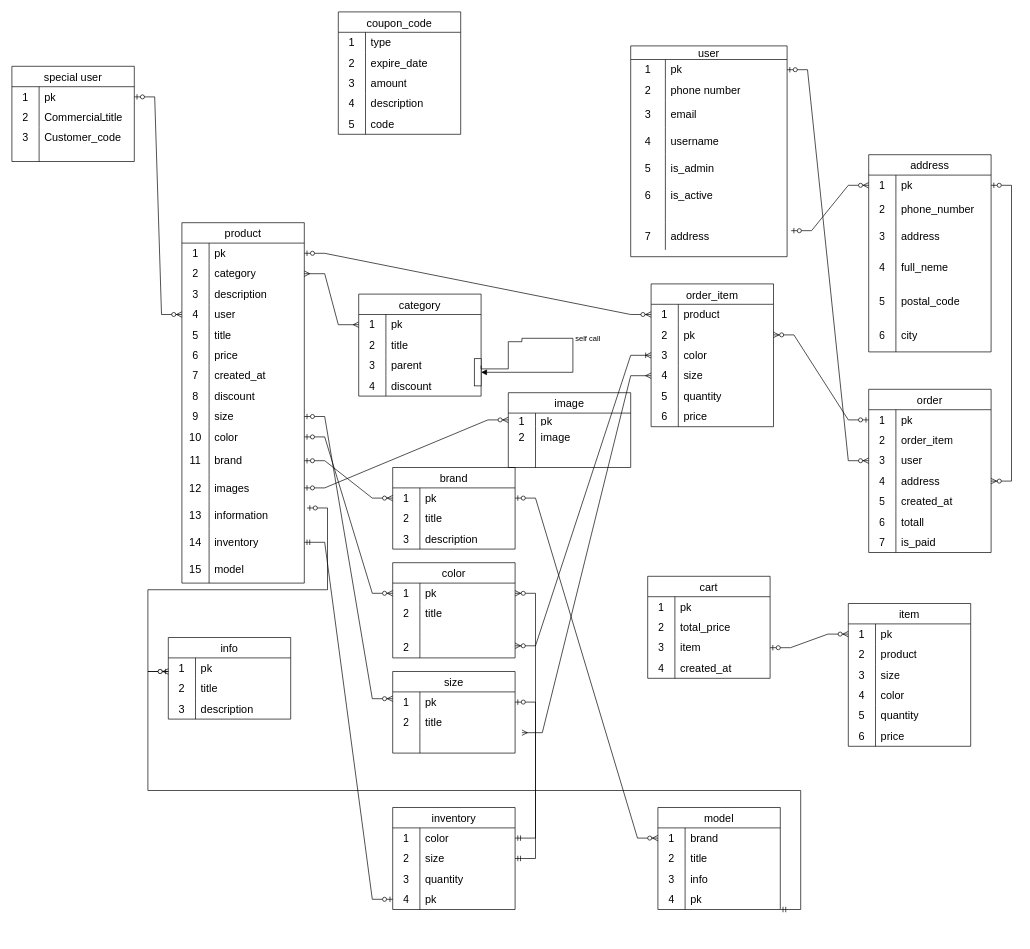
Earlier version of the draw.io diagram shop.drawio (amir1rj/blog). Source tidied: cells renumbered, new cells numbered last; positions are measured from the earlier drawing's top-left corner, leaving out a move shared by most shapes. Both pictures are drawn from the tidied source at 68%, with x=0, y=0 at pixel (12, 12).
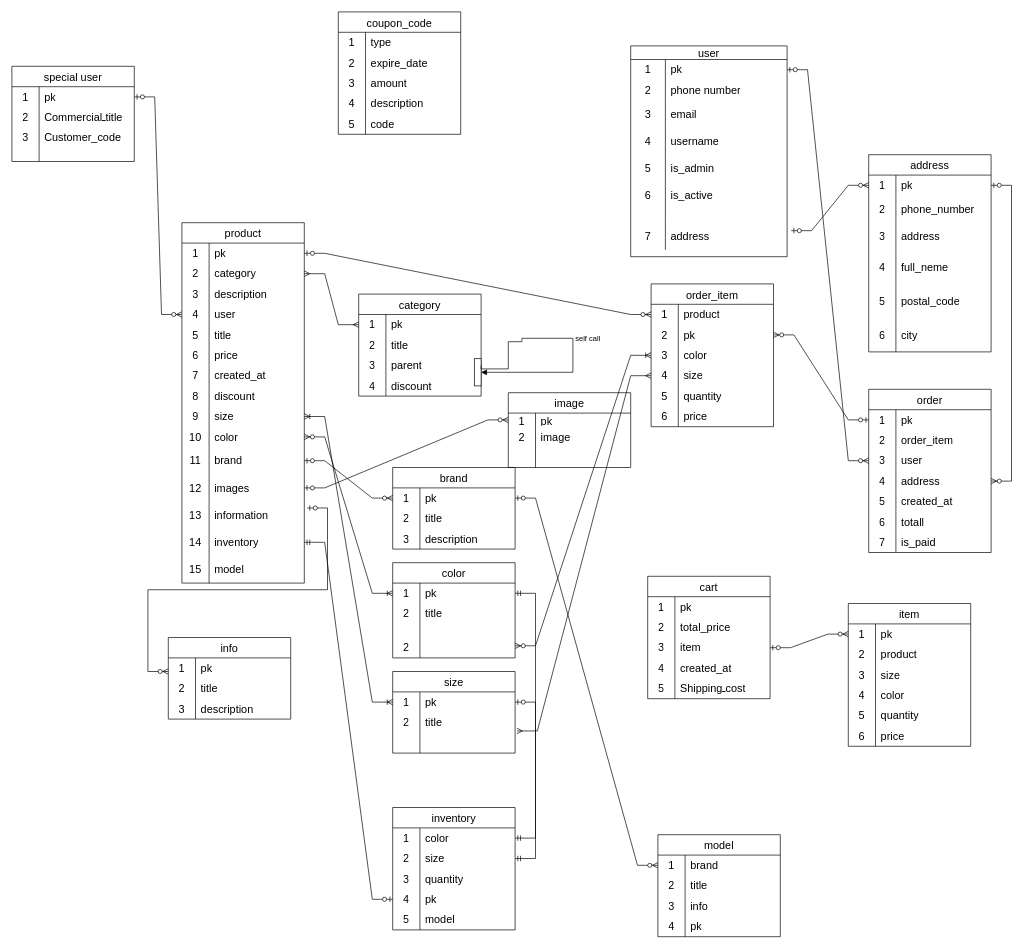
After the change.

Unchanged cells that the change refers to:
```xml
<mxCell id="65" style="shape=tableRow;horizontal=0;startSize=0;swimlaneHead=0;swimlaneBody=0;top=0;left=0;bottom=0;right=0;fillColor=none;points=[[0,0.5],[1,0.5]];portConstraint=eastwest;strokeColor=inherit;fontSize=16;" parent="40" vertex="1">
  <mxGeometry y="270" width="180" height="30" as="geometry" />
</mxCell>
<mxCell id="68" style="shape=tableRow;horizontal=0;startSize=0;swimlaneHead=0;swimlaneBody=0;top=0;left=0;bottom=0;right=0;fillColor=none;points=[[0,0.5],[1,0.5]];portConstraint=eastwest;strokeColor=inherit;fontSize=16;" parent="40" vertex="1">
  <mxGeometry y="300" width="180" height="30" as="geometry" />
</mxCell>
<mxCell id="135" style="shape=tableRow;horizontal=0;startSize=0;swimlaneHead=0;swimlaneBody=0;top=0;left=0;bottom=0;right=0;fillColor=none;points=[[0,0.5],[1,0.5]];portConstraint=eastwest;strokeColor=inherit;fontSize=16;" parent="134" vertex="1">
  <mxGeometry y="30" width="180" height="30" as="geometry" />
</mxCell>
<mxCell id="141" style="shape=tableRow;horizontal=0;startSize=0;swimlaneHead=0;swimlaneBody=0;top=0;left=0;bottom=0;right=0;fillColor=none;points=[[0,0.5],[1,0.5]];portConstraint=eastwest;strokeColor=inherit;fontSize=16;" parent="134" vertex="1">
  <mxGeometry y="90" width="180" height="30" as="geometry" />
</mxCell>
<mxCell id="146" style="shape=tableRow;horizontal=0;startSize=0;swimlaneHead=0;swimlaneBody=0;top=0;left=0;bottom=0;right=0;fillColor=none;points=[[0,0.5],[1,0.5]];portConstraint=eastwest;strokeColor=inherit;fontSize=16;" parent="145" vertex="1">
  <mxGeometry y="30" width="180" height="30" as="geometry" />
</mxCell>
<mxCell id="213" style="shape=tableRow;horizontal=0;startSize=0;swimlaneHead=0;swimlaneBody=0;top=0;left=0;bottom=0;right=0;fillColor=none;points=[[0,0.5],[1,0.5]];portConstraint=eastwest;strokeColor=inherit;fontSize=16;" parent="212" vertex="1">
  <mxGeometry y="30" width="180" height="30" as="geometry" />
</mxCell>
<mxCell id="216" style="shape=tableRow;horizontal=0;startSize=0;swimlaneHead=0;swimlaneBody=0;top=0;left=0;bottom=0;right=0;fillColor=none;points=[[0,0.5],[1,0.5]];portConstraint=eastwest;strokeColor=inherit;fontSize=16;" parent="212" vertex="1">
  <mxGeometry y="60" width="180" height="30" as="geometry" />
</mxCell>
<mxCell id="262" style="shape=tableRow;horizontal=0;startSize=0;swimlaneHead=0;swimlaneBody=0;top=0;left=0;bottom=0;right=0;fillColor=none;points=[[0,0.5],[1,0.5]];portConstraint=eastwest;strokeColor=inherit;fontSize=16;" parent="252" vertex="1">
  <mxGeometry y="120" width="180" height="30" as="geometry" />
</mxCell>
```

Change to the diagram source:
```diff
@@
-    <mxCell id="133" style="edgeStyle=entityRelationEdgeStyle;fontSize=12;html=1;endArrow=ERzeroToMany;startArrow=ERzeroToOne;rounded=0;exitX=1;exitY=0.5;exitDx=0;exitDy=0;entryX=0;entryY=0.5;entryDx=0;entryDy=0;" parent="1" edge="1" source="68" target="146">
-      <mxGeometry relative="1" as="geometry" />
-    </mxCell>
@@
-    <mxCell id="144" style="edgeStyle=entityRelationEdgeStyle;fontSize=12;html=1;endArrow=ERzeroToMany;startArrow=ERzeroToOne;rounded=0;exitX=1;exitY=0.5;exitDx=0;exitDy=0;" parent="1" edge="1" source="65">
-      <mxGeometry relative="1" as="geometry">
-        <mxPoint x="560" y="1010" as="targetPoint" />
-      </mxGeometry>
-    </mxCell>
@@
     <mxCell id="197" value="model" style="shape=table;startSize=30;childLayout=tableLayout;rowLines=0;fontStyle=0;strokeColor=default;fontSize=16;" parent="1" vertex="1">
-      <mxGeometry x="950" y="1170" width="180" height="150" as="geometry" />
+      <mxGeometry x="950" y="1210" width="180" height="150" as="geometry" />
     </mxCell>
@@
-    <mxCell id="211" style="edgeStyle=entityRelationEdgeStyle;fontSize=12;html=1;endArrow=ERzeroToOne;startArrow=ERmandOne;rounded=0;exitX=1;exitY=0.5;exitDx=0;exitDy=0;" parent="1" edge="1">
-      <mxGeometry relative="1" as="geometry">
-        <mxPoint x="1130" y="1320" as="sourcePoint" />
-        <mxPoint x="230" y="970" as="targetPoint" />
-      </mxGeometry>
-    </mxCell>
     <mxCell id="212" value="inventory" style="shape=table;startSize=30;childLayout=tableLayout;rowLines=0;fontStyle=0;strokeColor=default;fontSize=16;" parent="1" vertex="1">
-      <mxGeometry x="560" y="1170" width="180" height="150" as="geometry" />
+      <mxGeometry x="560" y="1170" width="180" height="180" as="geometry" />
     </mxCell>
@@
-    <mxCell id="225" style="edgeStyle=entityRelationEdgeStyle;fontSize=12;html=1;endArrow=ERzeroToMany;startArrow=ERmandOne;rounded=0;exitX=1;exitY=0.5;exitDx=0;exitDy=0;entryX=1;entryY=0.5;entryDx=0;entryDy=0;" parent="1" edge="1" source="213" target="146">
-      <mxGeometry relative="1" as="geometry">
-        <Array as="points">
-          <mxPoint x="1000" y="930" />
-          <mxPoint x="780" y="1120" />
-          <mxPoint x="790" y="1130" />
-          <mxPoint x="790" y="1040" />
-          <mxPoint x="820" y="1100" />
-        </Array>
-      </mxGeometry>
-    </mxCell>
+    <mxCell id="308" style="shape=tableRow;horizontal=0;startSize=0;swimlaneHead=0;swimlaneBody=0;top=0;left=0;bottom=0;right=0;fillColor=none;strokeColor=inherit;fontSize=16;" parent="212" vertex="1">
+      <mxGeometry y="150" width="180" height="30" as="geometry" />
+    </mxCell>
+    <mxCell id="309" value="5" style="shape=partialRectangle;html=1;whiteSpace=wrap;fillColor=none;top=0;left=0;bottom=0;right=0;overflow=hidden;strokeColor=inherit;fontSize=16;" parent="308" vertex="1">
+      <mxGeometry width="40" height="30" as="geometry" />
+    </mxCell>
+    <mxCell id="310" value="model" style="shape=partialRectangle;html=1;whiteSpace=wrap;fillColor=none;top=0;left=0;bottom=0;right=0;align=left;spacingLeft=6;overflow=hidden;strokeColor=inherit;fontSize=16;" parent="308" vertex="1">
+      <mxGeometry x="40" width="140" height="30" as="geometry" />
+    </mxCell>
     <mxCell id="226" style="edgeStyle=entityRelationEdgeStyle;fontSize=12;html=1;endArrow=ERzeroToOne;startArrow=ERmandOne;rounded=0;exitX=1;exitY=0.5;exitDx=0;exitDy=0;entryX=1;entryY=0.5;entryDx=0;entryDy=0;" parent="1" edge="1" source="216" target="135">
-      <mxGeometry relative="1" as="geometry" />
+      <mxGeometry relative="1" as="geometry">
+        <Array as="points">
+          <mxPoint x="840" y="1180" />
+        </Array>
+      </mxGeometry>
     </mxCell>
@@
-    <mxCell id="273" style="edgeStyle=entityRelationEdgeStyle;fontSize=12;html=1;endArrow=ERmany;startArrow=ERmany;rounded=0;entryX=0;entryY=0.5;entryDx=0;entryDy=0;" parent="1" edge="1" target="262">
+    <mxCell id="273" style="edgeStyle=entityRelationEdgeStyle;fontSize=12;html=1;endArrow=ERmany;startArrow=ERmany;rounded=0;entryX=0;entryY=0.5;entryDx=0;entryDy=0;exitX=1.015;exitY=-0.086;exitDx=0;exitDy=0;exitPerimeter=0;" parent="1" edge="1" source="141" target="262">
       <mxGeometry relative="1" as="geometry">
-        <mxPoint x="750" y="1060" as="sourcePoint" />
         <Array as="points">
           <mxPoint x="950" y="560" />
         </Array>
       </mxGeometry>
     </mxCell>
@@
     <mxCell id="275" value="cart" style="shape=table;startSize=30;childLayout=tableLayout;rowLines=0;fontStyle=0;strokeColor=default;fontSize=16;" parent="1" vertex="1">
-      <mxGeometry x="935" y="830" width="180" height="150" as="geometry" />
+      <mxGeometry x="935" y="830" width="180" height="180" as="geometry" />
     </mxCell>
@@
+    <mxCell id="311" style="shape=tableRow;horizontal=0;startSize=0;swimlaneHead=0;swimlaneBody=0;top=0;left=0;bottom=0;right=0;fillColor=none;strokeColor=inherit;fontSize=16;" parent="275" vertex="1">
+      <mxGeometry y="150" width="180" height="30" as="geometry" />
+    </mxCell>
+    <mxCell id="312" value="5" style="shape=partialRectangle;html=1;whiteSpace=wrap;fillColor=none;top=0;left=0;bottom=0;right=0;overflow=hidden;strokeColor=inherit;fontSize=16;" parent="311" vertex="1">
+      <mxGeometry width="40" height="30" as="geometry" />
+    </mxCell>
+    <mxCell id="313" value="Shippingـcost" style="shape=partialRectangle;html=1;whiteSpace=wrap;fillColor=none;top=0;left=0;bottom=0;right=0;align=left;spacingLeft=6;overflow=hidden;strokeColor=inherit;fontSize=16;" parent="311" vertex="1">
+      <mxGeometry x="40" width="140" height="30" as="geometry" />
+    </mxCell>
@@
+    <mxCell id="133" style="edgeStyle=entityRelationEdgeStyle;fontSize=12;html=1;endArrow=ERoneToMany;startArrow=ERzeroToMany;rounded=0;entryX=0;entryY=0.5;entryDx=0;entryDy=0;exitX=1;exitY=0.5;exitDx=0;exitDy=0;" parent="1" edge="1" source="68" target="146">
+      <mxGeometry relative="1" as="geometry">
+        <Array as="points">
+          <mxPoint x="-430" y="530" />
+        </Array>
+      </mxGeometry>
+    </mxCell>
+    <mxCell id="314" style="edgeStyle=entityRelationEdgeStyle;fontSize=12;html=1;endArrow=ERoneToMany;startArrow=ERoneToMany;rounded=0;entryX=0;entryY=0.5;entryDx=0;entryDy=0;exitX=1;exitY=0.5;exitDx=0;exitDy=0;" parent="1" edge="1" source="65" target="135">
+      <mxGeometry relative="1" as="geometry">
+        <Array as="points">
+          <mxPoint x="110" y="750" />
+          <mxPoint x="-400" y="580" />
+          <mxPoint x="-280" y="670" />
+        </Array>
+      </mxGeometry>
+    </mxCell>
+    <mxCell id="225" style="edgeStyle=entityRelationEdgeStyle;fontSize=12;html=1;endArrow=ERmandOne;startArrow=ERmandOne;rounded=0;entryX=1;entryY=0.5;entryDx=0;entryDy=0;exitX=1;exitY=0.5;exitDx=0;exitDy=0;" parent="1" edge="1" source="213" target="146">
+      <mxGeometry relative="1" as="geometry" />
+    </mxCell>
```
